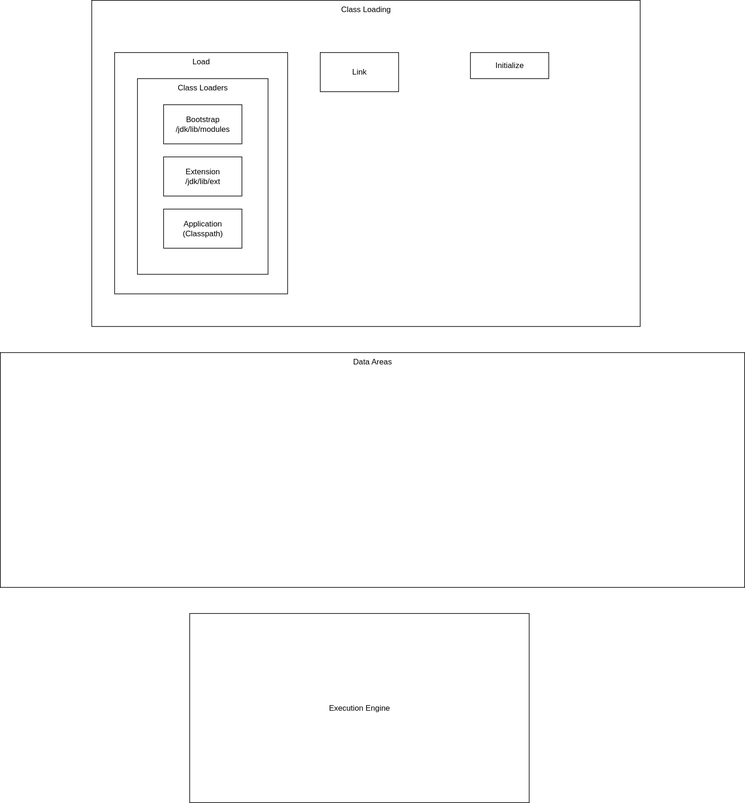
Earlier version of the draw.io export jvm-architecture.drawio.svg (nick-esqueda/draw.io-diagrams). Source tidied: cells renumbered, new cells last; positions are measured from the earlier drawing's top-left corner, leaving out a move shared by most shapes.
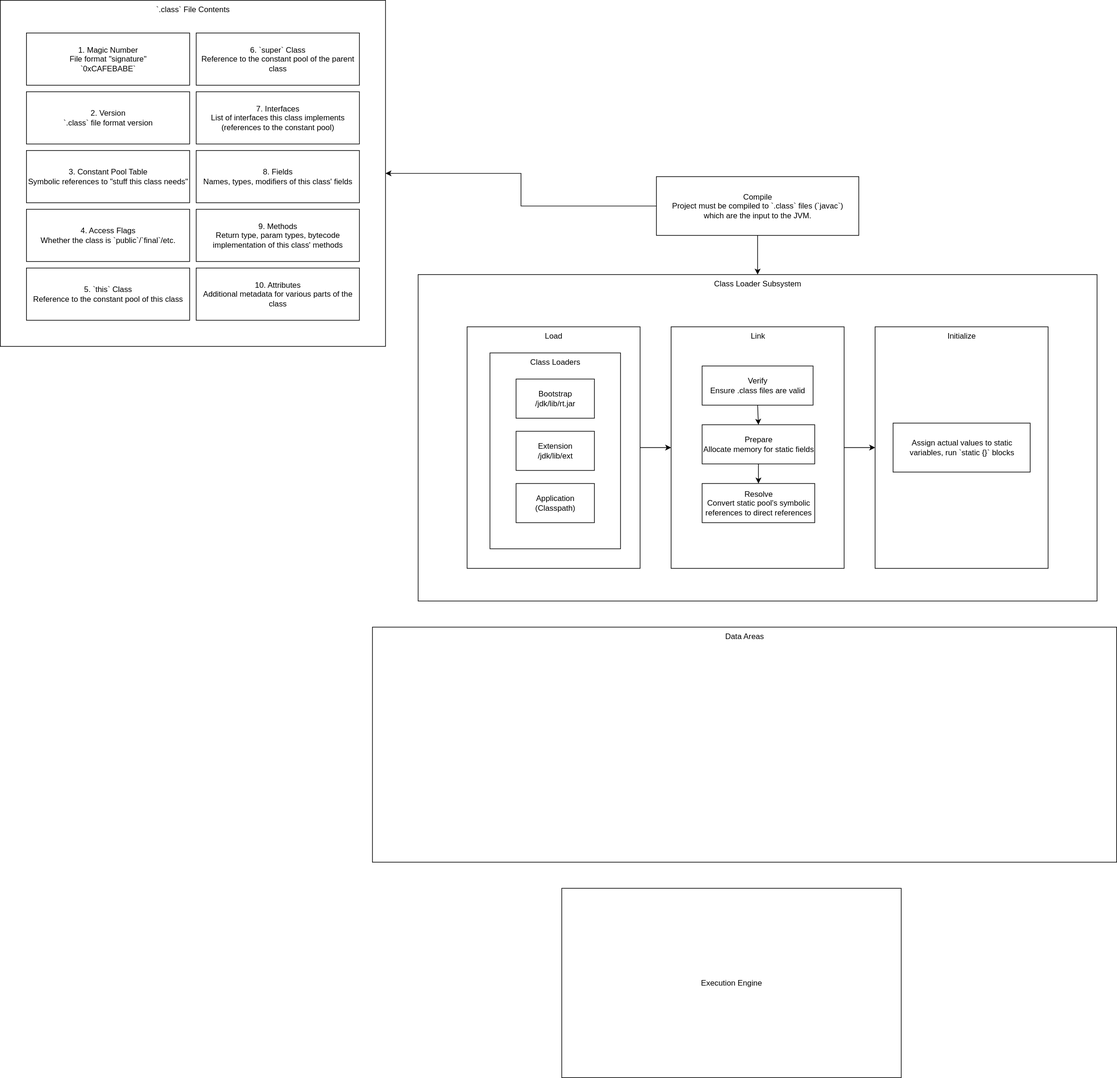
The same diagram one commit later.

What changed in the source:
```diff
@@ -2,23 +2,17 @@
   <root>
     <mxCell id="0" />
     <mxCell id="1" parent="0" />
-    <mxCell id="2" value="Class Loading" style="whiteSpace=wrap;html=1;verticalAlign=top;" parent="1" vertex="1">
-      <mxGeometry x="140" width="840" height="500" as="geometry" />
+    <mxCell id="2" value="Class Loader Subsystem" style="whiteSpace=wrap;html=1;verticalAlign=top;" parent="1" vertex="1">
+      <mxGeometry x="670" y="900" width="1040" height="500" as="geometry" />
     </mxCell>
     <mxCell id="3" value="Data Areas" style="whiteSpace=wrap;html=1;verticalAlign=top;" parent="1" vertex="1">
-      <mxGeometry y="540" width="1140" height="360" as="geometry" />
+      <mxGeometry x="600" y="1440" width="1140" height="360" as="geometry" />
     </mxCell>
     <mxCell id="4" value="Execution Engine" style="whiteSpace=wrap;html=1;" parent="1" vertex="1">
-      <mxGeometry x="290" y="940" width="520" height="290" as="geometry" />
+      <mxGeometry x="890" y="1840" width="520" height="290" as="geometry" />
     </mxCell>
-    <mxCell id="5" value="Link" style="whiteSpace=wrap;html=1;" parent="1" vertex="1">
-      <mxGeometry x="490" y="80" width="120" height="60" as="geometry" />
-    </mxCell>
-    <mxCell id="6" value="Initialize" style="whiteSpace=wrap;html=1;" parent="1" vertex="1">
-      <mxGeometry x="720" y="80" width="120" height="40" as="geometry" />
-    </mxCell>
     <mxCell id="7" style="group;" parent="1" vertex="1">
-      <mxGeometry x="160" y="80" width="300" height="370" as="geometry" />
+      <mxGeometry x="730" y="980" width="300" height="370" as="geometry" />
     </mxCell>
     <mxCell id="8" value="Load" style="whiteSpace=wrap;html=1;verticalAlign=top;" parent="7" vertex="1">
       <mxGeometry x="15" width="265" height="370" as="geometry" />
@@ -32,11 +26,92 @@
     <mxCell id="11" value="Extension&lt;div&gt;/jdk/lib/ext&lt;/div&gt;" style="whiteSpace=wrap;html=1;" parent="9" vertex="1">
       <mxGeometry x="40" y="120" width="120" height="60" as="geometry" />
     </mxCell>
-    <mxCell id="12" value="Bootstrap&lt;div&gt;&lt;div&gt;/jdk/lib/modules&lt;/div&gt;&lt;/div&gt;" style="whiteSpace=wrap;html=1;" parent="9" vertex="1">
+    <mxCell id="12" value="Bootstrap&lt;div&gt;&lt;div&gt;/jdk/lib/rt.jar&lt;/div&gt;&lt;/div&gt;" style="whiteSpace=wrap;html=1;" parent="9" vertex="1">
       <mxGeometry x="40" y="40" width="120" height="60" as="geometry" />
     </mxCell>
     <mxCell id="13" value="Application&lt;div&gt;(Classpath)&lt;/div&gt;" style="whiteSpace=wrap;html=1;" parent="9" vertex="1">
       <mxGeometry x="40" y="200" width="120" height="60" as="geometry" />
     </mxCell>
+    <mxCell id="14" style="edgeStyle=orthogonalEdgeStyle;rounded=0;jettySize=auto;html=1;exitX=0;exitY=0.5;exitDx=0;exitDy=0;" parent="1" edge="1" source="16" target="18">
+      <mxGeometry relative="1" as="geometry" />
+    </mxCell>
+    <mxCell id="15" style="edgeStyle=orthogonalEdgeStyle;rounded=0;jettySize=auto;html=1;exitX=0.5;exitY=1;exitDx=0;exitDy=0;entryX=0.5;entryY=0;entryDx=0;entryDy=0;" parent="1" edge="1" source="16" target="2">
+      <mxGeometry relative="1" as="geometry" />
+    </mxCell>
+    <mxCell id="16" value="Compile&lt;div&gt;Project must be compiled to `.class` files (`javac`) which&amp;nbsp;&lt;span style=&quot;background-color: transparent; color: light-dark(rgb(0, 0, 0), rgb(255, 255, 255));&quot;&gt;are the input to the JVM.&lt;/span&gt;&lt;/div&gt;" style="whiteSpace=wrap;html=1;" parent="1" vertex="1">
+      <mxGeometry x="1035" y="750" width="310" height="90" as="geometry" />
+    </mxCell>
+    <mxCell id="17" style="group;" parent="1" vertex="1">
+      <mxGeometry x="30" y="480" width="590" height="530" as="geometry" />
+    </mxCell>
+    <mxCell id="18" value="`.class` File Contents" style="whiteSpace=wrap;html=1;verticalAlign=top;" parent="17" vertex="1">
+      <mxGeometry width="590" height="530" as="geometry" />
+    </mxCell>
+    <mxCell id="19" value="1. Magic Number&lt;div&gt;File format &quot;signature&quot;&lt;br&gt;&lt;div&gt;`0xCAFEBABE`&lt;/div&gt;&lt;/div&gt;" style="whiteSpace=wrap;html=1;" parent="17" vertex="1">
+      <mxGeometry x="40" y="50" width="250" height="80" as="geometry" />
+    </mxCell>
+    <mxCell id="20" value="2. Version&lt;div&gt;`.class` file format version&lt;/div&gt;" style="whiteSpace=wrap;html=1;" parent="17" vertex="1">
+      <mxGeometry x="40" y="140" width="250" height="80" as="geometry" />
+    </mxCell>
+    <mxCell id="21" value="3. Constant Pool Table&lt;div&gt;Symbolic references to &quot;stuff this class needs&quot;&lt;/div&gt;" style="whiteSpace=wrap;html=1;" parent="17" vertex="1">
+      <mxGeometry x="40" y="230" width="250" height="80" as="geometry" />
+    </mxCell>
+    <mxCell id="22" value="4. Access Flags&lt;div&gt;Whether the class is `public`/`final`/etc.&lt;/div&gt;" style="whiteSpace=wrap;html=1;" parent="17" vertex="1">
+      <mxGeometry x="40" y="320" width="250" height="80" as="geometry" />
+    </mxCell>
+    <mxCell id="23" value="5. `this` Class&lt;div&gt;Reference to the constant pool of this class&lt;/div&gt;" style="whiteSpace=wrap;html=1;" parent="17" vertex="1">
+      <mxGeometry x="40" y="410" width="250" height="80" as="geometry" />
+    </mxCell>
+    <mxCell id="24" value="6. `super` Class&lt;div&gt;Reference to the constant pool of the parent class&lt;/div&gt;" style="whiteSpace=wrap;html=1;" parent="17" vertex="1">
+      <mxGeometry x="300" y="50" width="250" height="80" as="geometry" />
+    </mxCell>
+    <mxCell id="25" value="7. Interfaces&lt;div&gt;List of interfaces this class implements (references to the constant pool)&lt;/div&gt;" style="whiteSpace=wrap;html=1;" parent="17" vertex="1">
+      <mxGeometry x="300" y="140" width="250" height="80" as="geometry" />
+    </mxCell>
+    <mxCell id="26" value="8. Fields&lt;div&gt;Names, types, modifiers of this class' fields&lt;/div&gt;" style="whiteSpace=wrap;html=1;" parent="17" vertex="1">
+      <mxGeometry x="300" y="230" width="250" height="80" as="geometry" />
+    </mxCell>
+    <mxCell id="27" value="9. Methods&lt;div&gt;Return type, param types, bytecode implementation of this class' methods&lt;/div&gt;" style="whiteSpace=wrap;html=1;" parent="17" vertex="1">
+      <mxGeometry x="300" y="320" width="250" height="80" as="geometry" />
+    </mxCell>
+    <mxCell id="28" value="10. Attributes&lt;div&gt;Additional metadata for various parts of the class&lt;/div&gt;" style="whiteSpace=wrap;html=1;" parent="17" vertex="1">
+      <mxGeometry x="300" y="410" width="250" height="80" as="geometry" />
+    </mxCell>
+    <mxCell id="29" style="group;" parent="1" vertex="1">
+      <mxGeometry x="1057.5" y="980" width="265" height="370" as="geometry" />
+    </mxCell>
+    <mxCell id="5" value="Link" style="whiteSpace=wrap;html=1;verticalAlign=top;" parent="29" vertex="1">
+      <mxGeometry width="265" height="370" as="geometry" />
+    </mxCell>
+    <mxCell id="30" style="edgeStyle=orthogonalEdgeStyle;rounded=0;jettySize=auto;html=1;exitX=0.5;exitY=1;exitDx=0;exitDy=0;entryX=0.5;entryY=0;entryDx=0;entryDy=0;" parent="29" edge="1" source="31" target="33">
+      <mxGeometry relative="1" as="geometry" />
+    </mxCell>
+    <mxCell id="31" value="Verify&lt;div&gt;Ensure .class files are valid&lt;/div&gt;" style="whiteSpace=wrap;html=1;" parent="29" vertex="1">
+      <mxGeometry x="47.5" y="60" width="170" height="60" as="geometry" />
+    </mxCell>
+    <mxCell id="32" style="edgeStyle=orthogonalEdgeStyle;rounded=0;jettySize=auto;html=1;exitX=0.5;exitY=1;exitDx=0;exitDy=0;" parent="29" edge="1" source="33" target="34">
+      <mxGeometry relative="1" as="geometry" />
+    </mxCell>
+    <mxCell id="33" value="Prepare&lt;div&gt;Allocate memory for static fields&lt;/div&gt;" style="whiteSpace=wrap;html=1;" parent="29" vertex="1">
+      <mxGeometry x="47.5" y="150" width="172.5" height="60" as="geometry" />
+    </mxCell>
+    <mxCell id="34" value="Resolve&lt;div&gt;Convert static pool's symbolic references to direct references&lt;/div&gt;" style="whiteSpace=wrap;html=1;" parent="29" vertex="1">
+      <mxGeometry x="47.5" y="240" width="172.5" height="60" as="geometry" />
+    </mxCell>
+    <mxCell id="35" style="group;" parent="1" vertex="1">
+      <mxGeometry x="1370" y="980" width="265" height="370" as="geometry" />
+    </mxCell>
+    <mxCell id="6" value="Initialize" style="whiteSpace=wrap;html=1;verticalAlign=top;" parent="35" vertex="1">
+      <mxGeometry width="265" height="370" as="geometry" />
+    </mxCell>
+    <mxCell id="36" value="Assign actual values to static variables, run `static {}` blocks" style="whiteSpace=wrap;html=1;" parent="35" vertex="1">
+      <mxGeometry x="27.5" y="147.5" width="210" height="75" as="geometry" />
+    </mxCell>
+    <mxCell id="37" style="edgeStyle=orthogonalEdgeStyle;rounded=0;jettySize=auto;html=1;exitX=1;exitY=0.5;exitDx=0;exitDy=0;entryX=0;entryY=0.5;entryDx=0;entryDy=0;" parent="1" edge="1" source="8" target="5">
+      <mxGeometry relative="1" as="geometry" />
+    </mxCell>
+    <mxCell id="38" style="edgeStyle=orthogonalEdgeStyle;rounded=0;jettySize=auto;html=1;exitX=1;exitY=0.5;exitDx=0;exitDy=0;entryX=0;entryY=0.5;entryDx=0;entryDy=0;" parent="1" edge="1" source="5" target="6">
+      <mxGeometry relative="1" as="geometry" />
+    </mxCell>
   </root>
 </mxGraphModel>
```
